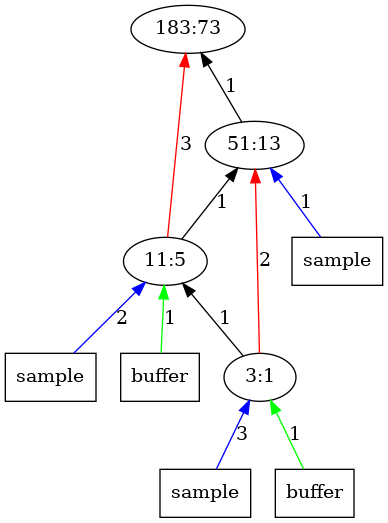
Above: outputImages/op73.png.png in AbhikKhan/MTP_IITG (Graphviz), before the change. Its source is kept beside it as outputTrees/op73.dot. Its diagram source:
```dot
digraph Tree{
	rankdir="BT"
	1 [label = "183:73"];
	2 -> 1 [label = "1", color = "black"];
	x21 -> 2 [label = "1", color = "blue"];
	x21 [label = "sample", shape = "box"];
	2 [label = "51:13"];
	3 -> 2 [label = "1", color = "black"];
	3 -> 1 [label = "3", color = "red"];
	x32 -> 3 [label = "1", color = "green"];
	x32 [label = "buffer", shape = "box"];
	x31 -> 3 [label = "2", color = "blue"];
	x31 [label = "sample", shape = "box"];
	3 [label = "11:5"];
	4 -> 3 [label = "1", color = "black"];
	4 -> 2 [label = "2", color = "red"];
	x41 -> 4 [label = "3", color = "blue"];
	x41 [label = "sample", shape = "box"];
	x42 -> 4 [label = "1", color = "green"];
	x42 [label = "buffer", shape = "box"];
	4 [label = "3:1"];
}
```
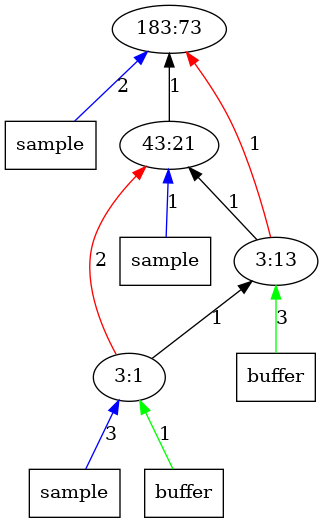
After the change.

The edit, as a diff of the source:
```diff
@@ -1,19 +1,19 @@
 digraph Tree{
 	rankdir="BT"
+	x11 -> 1 [label = "2", color = "blue"];
+	x11 [label = "sample", shape = "box"];
 	1 [label = "183:73"];
 	2 -> 1 [label = "1", color = "black"];
 	x21 -> 2 [label = "1", color = "blue"];
 	x21 [label = "sample", shape = "box"];
-	2 [label = "51:13"];
+	2 [label = "43:21"];
+	x32 -> 3 [label = "3", color = "green"];
+	x32 [label = "buffer", shape = "box"];
 	3 -> 2 [label = "1", color = "black"];
-	3 -> 1 [label = "3", color = "red"];
-	x32 -> 3 [label = "1", color = "green"];
-	x32 [label = "buffer", shape = "box"];
-	x31 -> 3 [label = "2", color = "blue"];
-	x31 [label = "sample", shape = "box"];
-	3 [label = "11:5"];
+	3 -> 1 [label = "1", color = "red"];
+	3 [label = "3:13"];
+	4 -> 2 [label = "2", color = "red"];
 	4 -> 3 [label = "1", color = "black"];
-	4 -> 2 [label = "2", color = "red"];
 	x41 -> 4 [label = "3", color = "blue"];
 	x41 [label = "sample", shape = "box"];
 	x42 -> 4 [label = "1", color = "green"];
```
